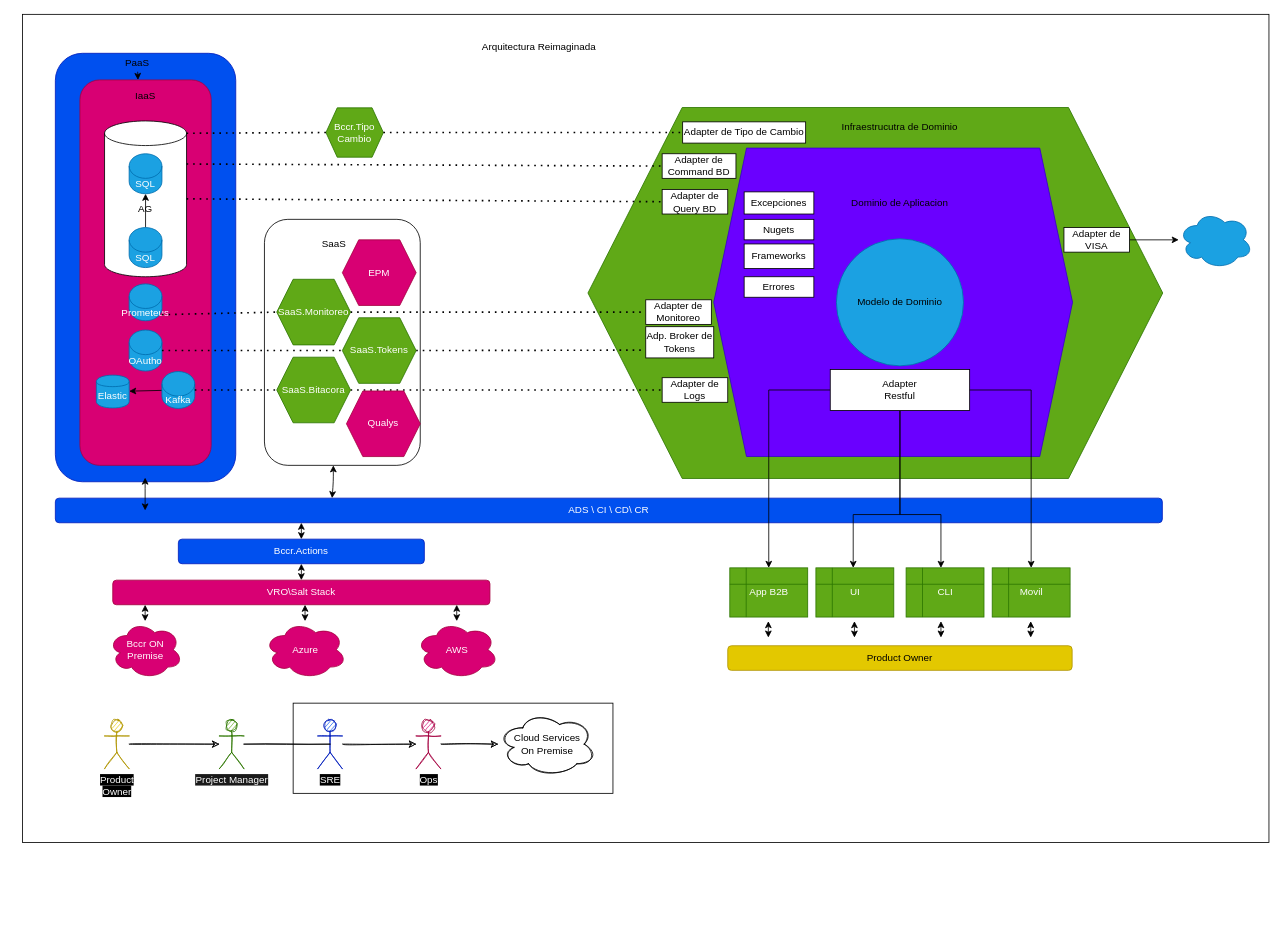
The draw.io diagram hex lvl2.drawio in HaroldBrenesH/HexArq, before the edit. Source tidied: cells renumbered, new cells numbered last; positions are measured from the earlier drawing's top-left corner, leaving out a move shared by most shapes. Both pictures are drawn from the tidied source at 82%, with x=0, y=0 at pixel (22, 14).
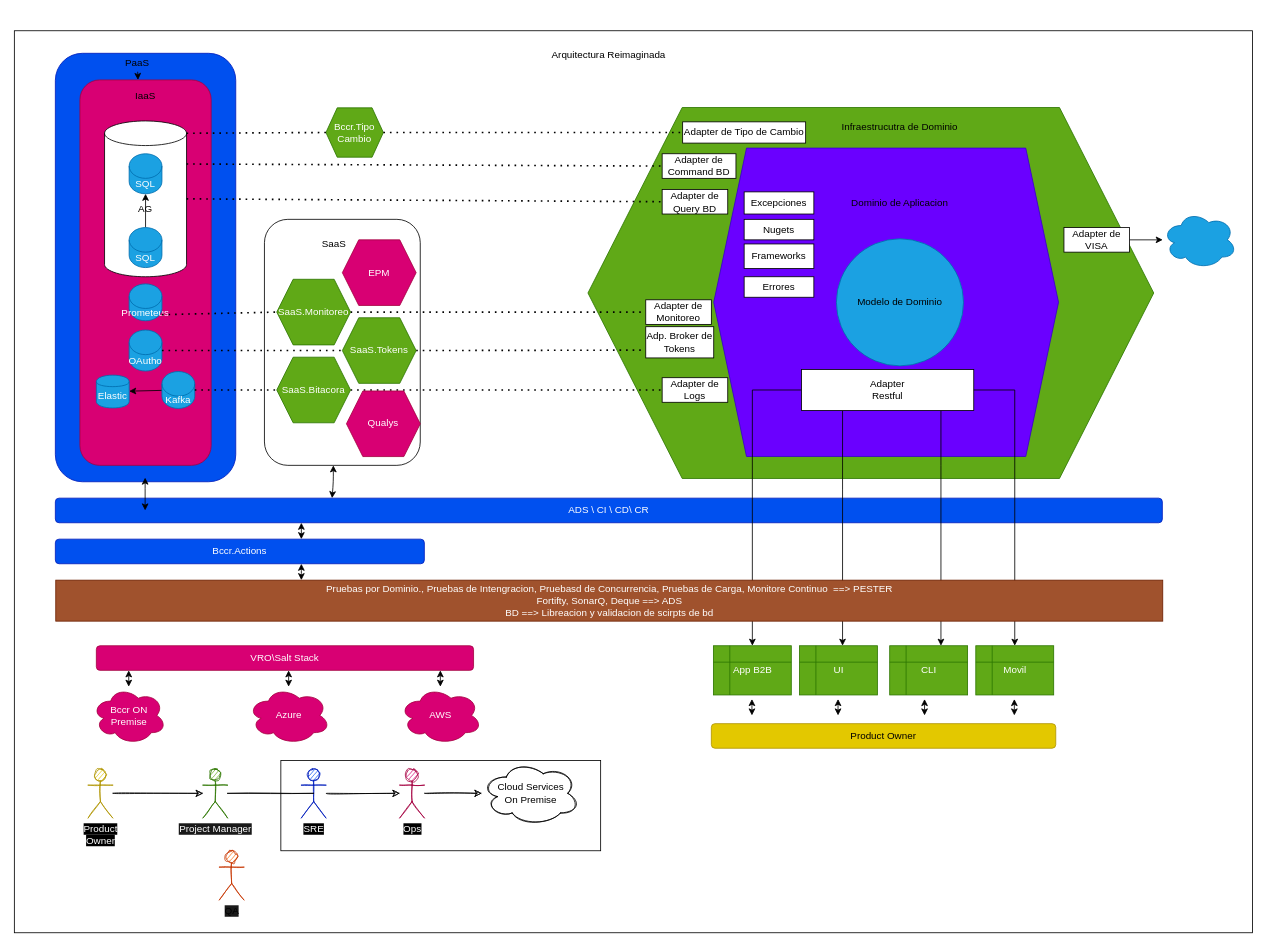
After the change.

Commit message (it also covers changes not shown here):
Se agrega el rol de QA

What changed in the source:
```diff
@@
     <mxCell id="2" style="rounded=0;whiteSpace=wrap;html=1;" parent="1" vertex="1">
-      <mxGeometry width="1520" height="1010" as="geometry" />
+      <mxGeometry x="-10" y="20" width="1510" height="1100" as="geometry" />
     </mxCell>
     <mxCell id="3" style="rounded=0;whiteSpace=wrap;html=1;" parent="1" vertex="1">
-      <mxGeometry x="330" y="840" width="390" height="110" as="geometry" />
+      <mxGeometry x="315" y="910" width="390" height="110" as="geometry" />
     </mxCell>
@@
     <mxCell id="7" style="shape=hexagon;perimeter=hexagonPerimeter2;whiteSpace=wrap;html=1;fixedSize=1;size=114.96000000000004;rotation=-180;fillColor=#60a917;strokeColor=#2D7600;fontColor=#ffffff;" parent="1" vertex="1">
-      <mxGeometry x="689.5" y="113.6" width="701" height="452.4" as="geometry" />
+      <mxGeometry x="689.5" y="113.6" width="690" height="452.4" as="geometry" />
     </mxCell>
     <mxCell id="8" style="shape=hexagon;perimeter=hexagonPerimeter2;whiteSpace=wrap;html=1;fixedSize=1;size=40;rotation=-180;fillColor=#6a00ff;strokeColor=#3700CC;fontColor=#ffffff;" parent="1" vertex="1">
-      <mxGeometry x="842.9" y="163.1" width="437.6" height="376.1" as="geometry" />
+      <mxGeometry x="842.9" y="163.1" width="420.5" height="376.1" as="geometry" />
     </mxCell>
@@
     <mxCell id="17" style="edgeStyle=orthogonalEdgeStyle;rounded=0;jettySize=auto;html=1;" parent="1" edge="1" source="20" target="25">
       <mxGeometry relative="1" as="geometry">
         <Array as="points">
-          <mxPoint x="1070" y="610" />
-          <mxPoint x="1120" y="610" />
+          <mxPoint x="1120" y="550" />
+          <mxPoint x="1120" y="550" />
         </Array>
       </mxGeometry>
     </mxCell>
     <mxCell id="18" style="edgeStyle=orthogonalEdgeStyle;rounded=0;jettySize=auto;html=1;" parent="1" edge="1" source="20" target="24">
       <mxGeometry relative="1" as="geometry">
         <Array as="points">
-          <mxPoint x="1070" y="610" />
-          <mxPoint x="1013" y="610" />
+          <mxPoint x="1000" y="580" />
+          <mxPoint x="1000" y="580" />
         </Array>
       </mxGeometry>
     </mxCell>
@@
     <mxCell id="20" value="Adapter&lt;br&gt;Restful" style="rounded=0;whiteSpace=wrap;html=1;" parent="1" vertex="1">
-      <mxGeometry x="985" y="433.1" width="170" height="50" as="geometry" />
+      <mxGeometry x="950" y="433.1" width="210" height="50" as="geometry" />
     </mxCell>
@@
     <mxCell id="23" value="App B2B" style="shape=internalStorage;whiteSpace=wrap;html=1;backgroundOutline=1;fillColor=#60a917;strokeColor=#2D7600;fontColor=#ffffff;" parent="1" vertex="1">
-      <mxGeometry x="862.5" y="675" width="95" height="60" as="geometry" />
+      <mxGeometry x="842.5" y="770" width="95" height="60" as="geometry" />
     </mxCell>
     <mxCell id="24" value="UI" style="shape=internalStorage;whiteSpace=wrap;html=1;backgroundOutline=1;fillColor=#60a917;strokeColor=#2D7600;fontColor=#ffffff;" parent="1" vertex="1">
-      <mxGeometry x="967.5" y="675" width="95" height="60" as="geometry" />
+      <mxGeometry x="947.5" y="770" width="95" height="60" as="geometry" />
     </mxCell>
     <mxCell id="25" value="CLI" style="shape=internalStorage;whiteSpace=wrap;html=1;backgroundOutline=1;fillColor=#60a917;strokeColor=#2D7600;fontColor=#ffffff;" parent="1" vertex="1">
-      <mxGeometry x="1077.5" y="675" width="95" height="60" as="geometry" />
+      <mxGeometry x="1057.5" y="770" width="95" height="60" as="geometry" />
     </mxCell>
@@
     <mxCell id="28" value="Arquitectura Reimaginada" style="text;html=1;strokeColor=none;fillColor=none;align=center;verticalAlign=middle;whiteSpace=wrap;rounded=0;" parent="1" vertex="1">
-      <mxGeometry x="470" y="30" width="320" height="20" as="geometry" />
+      <mxGeometry x="555" y="40" width="320" height="20" as="geometry" />
     </mxCell>
@@
     <mxCell id="32" style="ellipse;shape=cloud;whiteSpace=wrap;html=1;fillColor=#1ba1e2;strokeColor=#006EAF;fontColor=#ffffff;" parent="1" vertex="1">
-      <mxGeometry x="1410" y="240" width="90" height="70" as="geometry" />
+      <mxGeometry x="1390.5" y="240" width="90" height="70" as="geometry" />
     </mxCell>
@@
     <mxCell id="35" value="VRO\Salt Stack" style="rounded=1;whiteSpace=wrap;html=1;fillColor=#d80073;strokeColor=#A50040;fontColor=#ffffff;" parent="1" vertex="1">
-      <mxGeometry x="110" y="690" width="460" height="30" as="geometry" />
+      <mxGeometry x="90" y="770" width="460" height="30" as="geometry" />
     </mxCell>
@@
     <mxCell id="37" value="Movil" style="shape=internalStorage;whiteSpace=wrap;html=1;backgroundOutline=1;fillColor=#60a917;strokeColor=#2D7600;fontColor=#ffffff;" parent="1" vertex="1">
-      <mxGeometry x="1182.5" y="675" width="95" height="60" as="geometry" />
+      <mxGeometry x="1162.5" y="770" width="95" height="60" as="geometry" />
     </mxCell>
     <mxCell id="38" value="Bccr.Actions" style="rounded=1;whiteSpace=wrap;html=1;fillColor=#0050ef;strokeColor=#001DBC;fontColor=#ffffff;" parent="1" vertex="1">
-      <mxGeometry x="190" y="640" width="300" height="30" as="geometry" />
+      <mxGeometry x="40" y="640" width="450" height="30" as="geometry" />
     </mxCell>
     <mxCell id="39" value="AWS" style="ellipse;shape=cloud;whiteSpace=wrap;html=1;fillColor=#d80073;strokeColor=#A50040;fontColor=#ffffff;" parent="1" vertex="1">
-      <mxGeometry x="480" y="740" width="100" height="70" as="geometry" />
+      <mxGeometry x="460" y="820" width="100" height="70" as="geometry" />
     </mxCell>
     <mxCell id="40" value="Azure" style="ellipse;shape=cloud;whiteSpace=wrap;html=1;fillColor=#d80073;strokeColor=#A50040;fontColor=#ffffff;" parent="1" vertex="1">
-      <mxGeometry x="295" y="740" width="100" height="70" as="geometry" />
+      <mxGeometry x="275" y="820" width="100" height="70" as="geometry" />
     </mxCell>
     <mxCell id="41" value="Bccr ON Premise" style="ellipse;shape=cloud;whiteSpace=wrap;html=1;fillColor=#d80073;strokeColor=#A50040;fontColor=#ffffff;" parent="1" vertex="1">
-      <mxGeometry x="105" y="740" width="90" height="70" as="geometry" />
+      <mxGeometry x="85" y="820" width="90" height="70" as="geometry" />
     </mxCell>
@@
     <mxCell id="61" style="endArrow=classic;startArrow=classic;html=1;" parent="1" edge="1">
       <mxGeometry relative="1" as="geometry">
         <mxPoint x="340" y="690" as="sourcePoint" />
         <mxPoint x="340" y="670" as="targetPoint" />
         <Array as="points">
+          <mxPoint x="340" y="680" />
           <mxPoint x="340" y="670" />
         </Array>
       </mxGeometry>
     </mxCell>
@@
     <mxCell id="75" value="&lt;span style=&quot;background-color: rgb(0 , 0 , 0)&quot;&gt;&lt;font color=&quot;#ffffff&quot;&gt;Product &lt;br&gt;Owner&lt;/font&gt;&lt;/span&gt;" style="shape=umlActor;verticalLabelPosition=bottom;verticalAlign=top;html=1;outlineConnect=0;fillColor=#e3c800;strokeColor=#B09500;fontColor=#000000;labelBackgroundColor=#ffffff;labelBorderColor=none;sketch=1;rounded=1;" parent="1" vertex="1">
-      <mxGeometry x="100" y="860" width="30" height="60" as="geometry" />
+      <mxGeometry x="80" y="920" width="30" height="60" as="geometry" />
     </mxCell>
     <mxCell id="76" value="&lt;span style=&quot;background-color: rgb(26 , 26 , 26)&quot;&gt;Project Manager&lt;/span&gt;" style="shape=umlActor;verticalLabelPosition=bottom;verticalAlign=top;html=1;outlineConnect=0;fillColor=#60a917;strokeColor=#2D7600;fontColor=#ffffff;labelBackgroundColor=#ffffff;sketch=1;rounded=1;" parent="1" vertex="1">
-      <mxGeometry x="240" y="860" width="30" height="60" as="geometry" />
+      <mxGeometry x="220" y="920" width="30" height="60" as="geometry" />
     </mxCell>
@@
     <mxCell id="78" value="SRE" style="shape=umlActor;verticalLabelPosition=bottom;verticalAlign=top;html=1;outlineConnect=0;fillColor=#0050ef;strokeColor=#001DBC;labelBackgroundColor=#000000;sketch=1;rounded=1;fontColor=#ffffff;" parent="1" vertex="1">
-      <mxGeometry x="360" y="860" width="30" height="60" as="geometry" />
+      <mxGeometry x="340" y="920" width="30" height="60" as="geometry" />
     </mxCell>
@@
     <mxCell id="80" value="Ops" style="shape=umlActor;verticalLabelPosition=bottom;verticalAlign=top;html=1;outlineConnect=0;fillColor=#d80073;strokeColor=#A50040;labelBackgroundColor=#000000;fontColor=#ffffff;sketch=1;rounded=1;" parent="1" vertex="1">
-      <mxGeometry x="480" y="860" width="30" height="60" as="geometry" />
+      <mxGeometry x="460" y="920" width="30" height="60" as="geometry" />
     </mxCell>
     <mxCell id="81" value="Cloud Services&lt;br&gt;On Premise" style="ellipse;shape=cloud;whiteSpace=wrap;html=1;sketch=1;rounded=1;" parent="1" vertex="1">
-      <mxGeometry x="580" y="850" width="120" height="80" as="geometry" />
+      <mxGeometry x="560" y="910" width="120" height="80" as="geometry" />
     </mxCell>
@@
     <mxCell id="83" style="endArrow=classic;startArrow=classic;html=1;" parent="1" edge="1">
       <mxGeometry relative="1" as="geometry">
-        <mxPoint x="149.5" y="740" as="sourcePoint" />
-        <mxPoint x="149.5" y="720" as="targetPoint" />
+        <mxPoint x="129.5" y="820" as="sourcePoint" />
+        <mxPoint x="129.5" y="800" as="targetPoint" />
         <Array as="points">
-          <mxPoint x="149.5" y="720" />
+          <mxPoint x="129.5" y="800" />
         </Array>
       </mxGeometry>
     </mxCell>
     <mxCell id="84" style="endArrow=classic;startArrow=classic;html=1;" parent="1" edge="1">
       <mxGeometry relative="1" as="geometry">
-        <mxPoint x="344.5" y="740" as="sourcePoint" />
-        <mxPoint x="344.5" y="720" as="targetPoint" />
+        <mxPoint x="324.5" y="820" as="sourcePoint" />
+        <mxPoint x="324.5" y="800" as="targetPoint" />
         <Array as="points">
-          <mxPoint x="344.5" y="720" />
+          <mxPoint x="324.5" y="800" />
         </Array>
       </mxGeometry>
     </mxCell>
     <mxCell id="85" style="endArrow=classic;startArrow=classic;html=1;" parent="1" edge="1">
       <mxGeometry relative="1" as="geometry">
-        <mxPoint x="529.5" y="740" as="sourcePoint" />
-        <mxPoint x="529.5" y="720" as="targetPoint" />
+        <mxPoint x="509.5" y="820" as="sourcePoint" />
+        <mxPoint x="509.5" y="800" as="targetPoint" />
         <Array as="points">
-          <mxPoint x="529.5" y="720" />
+          <mxPoint x="509.5" y="800" />
         </Array>
       </mxGeometry>
     </mxCell>
     <mxCell id="86" value="Product Owner" style="rounded=1;whiteSpace=wrap;html=1;fillColor=#e3c800;strokeColor=#B09500;fontColor=#000000;" parent="1" vertex="1">
-      <mxGeometry x="860" y="770" width="420" height="30" as="geometry" />
+      <mxGeometry x="840" y="865" width="420" height="30" as="geometry" />
     </mxCell>
     <mxCell id="87" style="endArrow=classic;startArrow=classic;html=1;" parent="1" edge="1">
       <mxGeometry relative="1" as="geometry">
-        <mxPoint x="909.5" y="760" as="sourcePoint" />
-        <mxPoint x="909.5" y="740" as="targetPoint" />
+        <mxPoint x="889.5" y="855" as="sourcePoint" />
+        <mxPoint x="889.5" y="835" as="targetPoint" />
         <Array as="points">
-          <mxPoint x="909.5" y="740" />
+          <mxPoint x="889.5" y="835" />
         </Array>
       </mxGeometry>
     </mxCell>
     <mxCell id="88" style="endArrow=classic;startArrow=classic;html=1;" parent="1" edge="1">
       <mxGeometry relative="1" as="geometry">
-        <mxPoint x="1014.5" y="760" as="sourcePoint" />
-        <mxPoint x="1014.5" y="740" as="targetPoint" />
+        <mxPoint x="994.5" y="855" as="sourcePoint" />
+        <mxPoint x="994.5" y="835" as="targetPoint" />
         <Array as="points">
-          <mxPoint x="1014.5" y="740" />
+          <mxPoint x="994.5" y="835" />
         </Array>
       </mxGeometry>
     </mxCell>
     <mxCell id="89" style="endArrow=classic;startArrow=classic;html=1;" parent="1" edge="1">
       <mxGeometry relative="1" as="geometry">
-        <mxPoint x="1120" y="760" as="sourcePoint" />
-        <mxPoint x="1120" y="740" as="targetPoint" />
+        <mxPoint x="1100" y="855" as="sourcePoint" />
+        <mxPoint x="1100" y="835" as="targetPoint" />
         <Array as="points">
-          <mxPoint x="1120" y="740" />
+          <mxPoint x="1100" y="835" />
         </Array>
       </mxGeometry>
     </mxCell>
     <mxCell id="90" style="endArrow=classic;startArrow=classic;html=1;" parent="1" edge="1">
       <mxGeometry relative="1" as="geometry">
-        <mxPoint x="1229.5" y="760" as="sourcePoint" />
-        <mxPoint x="1229.5" y="740" as="targetPoint" />
+        <mxPoint x="1209.5" y="855" as="sourcePoint" />
+        <mxPoint x="1209.5" y="835" as="targetPoint" />
         <Array as="points">
-          <mxPoint x="1229.5" y="740" />
+          <mxPoint x="1209.5" y="835" />
         </Array>
       </mxGeometry>
     </mxCell>
     <mxCell id="91" style="edgeStyle=orthogonalEdgeStyle;jettySize=auto;html=1;sketch=1;curved=1;endArrow=none;" parent="1" edge="1" source="76">
       <mxGeometry relative="1" as="geometry">
-        <mxPoint x="375" y="890" as="targetPoint" />
+        <mxPoint x="355" y="950" as="targetPoint" />
       </mxGeometry>
     </mxCell>
+    <mxCell id="92" value="Pruebas por Dominio., Pruebas de Intengracion, Pruebasd de Concurrencia, Pruebas de Carga, Monitore Continuo&amp;nbsp; ==&amp;gt; PESTER&lt;br&gt;Fortifty, SonarQ, Deque ==&amp;gt; ADS&lt;br&gt;BD ==&amp;gt; Libreacion y validacion de scirpts de bd" style="rounded=0;whiteSpace=wrap;html=1;fillColor=#a0522d;fontColor=#ffffff;strokeColor=#6D1F00;" parent="1" vertex="1">
+      <mxGeometry x="40.5" y="690" width="1350" height="50" as="geometry" />
+    </mxCell>
+    <mxCell id="93" value="&lt;span style=&quot;background-color: rgb(26 , 26 , 26)&quot;&gt;QA&lt;/span&gt;" style="shape=umlActor;verticalLabelPosition=bottom;verticalAlign=top;html=1;fillColor=#fa6800;strokeColor=#C73500;fontColor=#000000;labelBackgroundColor=#ffffff;sketch=1;rounded=1;" parent="1" vertex="1">
+      <mxGeometry x="240" y="1020" width="30" height="60" as="geometry" />
+    </mxCell>
```
